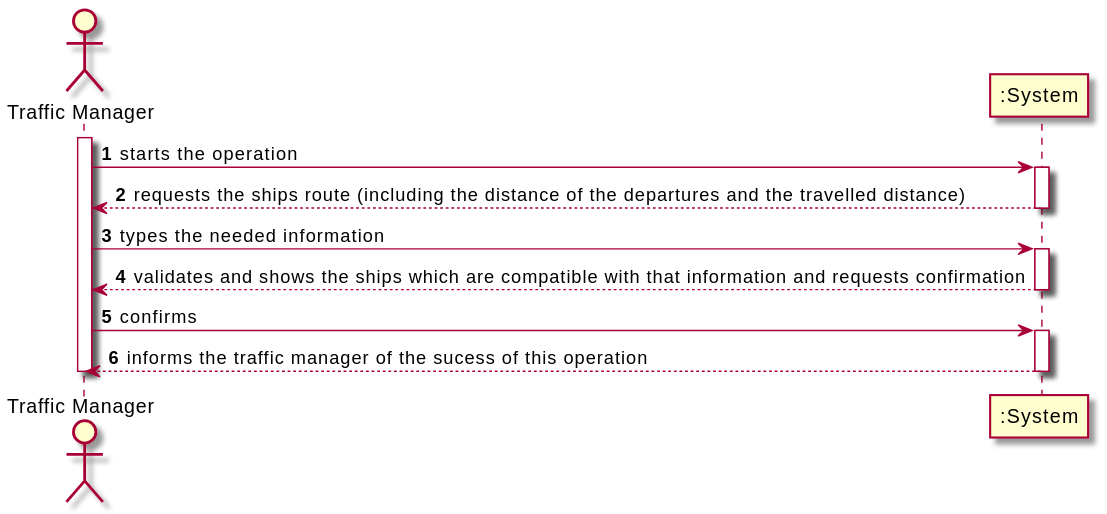
Earlier version of the PlantUML export docs/Sprint1/US107-SSD.svg (Diogosadias/LEI_PI_SEM3). Source of this version:
```plantuml
@startuml
autonumber
actor "Traffic Manager" as UNR

activate UNR
UNR -> ":System" : starts the operation
activate ":System"
":System" --> UNR : requests the ships route (including the distance of the departures and the travelled distance)
deactivate ":System"


UNR -> ":System" : types the needed information
activate ":System"
":System" --> UNR : validates and shows the ships which are compatible with that information and requests confirmation
deactivate ":System"

UNR -> ":System" : confirms
activate ":System"
":System" --> UNR : informs the traffic manager of the sucess of this operation
deactivate ":System"

deactivate UNR
@enduml
```
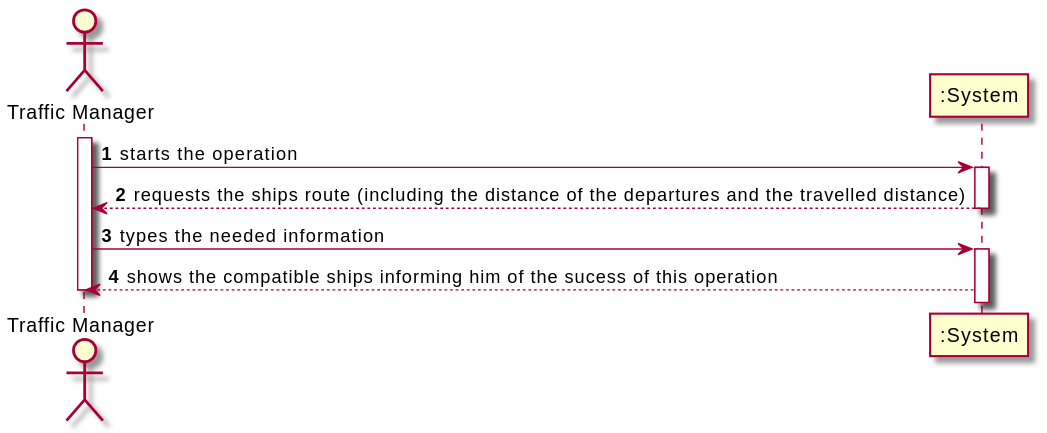
The same file after the commit.

Commit message:
LAP22G31-48 #comment Updated SSD

The edit, as a diff of the source:
```diff
@@ -11,13 +11,7 @@
 
 UNR -> ":System" : types the needed information
 activate ":System"
-":System" --> UNR : validates and shows the ships which are compatible with that information and requests confirmation
-deactivate ":System"
-
-UNR -> ":System" : confirms
-activate ":System"
-":System" --> UNR : informs the traffic manager of the sucess of this operation
-deactivate ":System"
+":System" --> UNR : shows the compatible ships informing him of the sucess of this operation
 
 deactivate UNR
 @enduml
```
